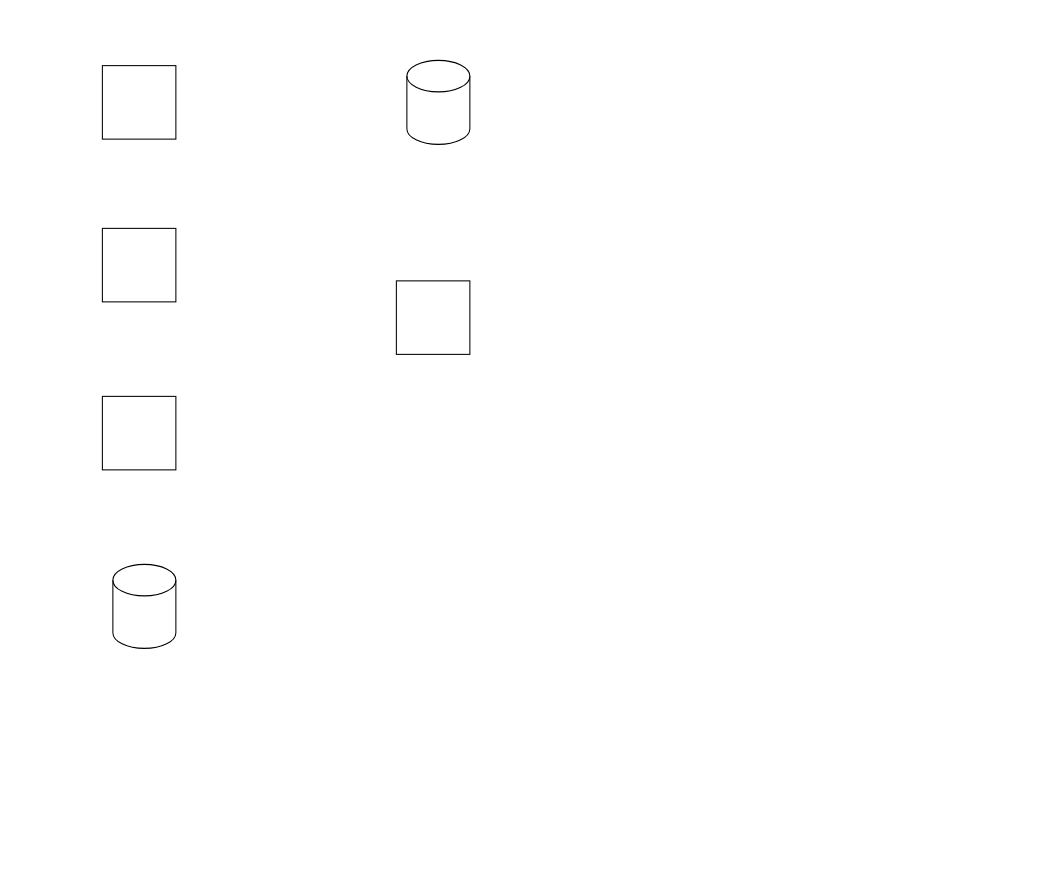
anapitalai/airflow_dags keeps this draw.io diagram as Untitled Diagram.drawio. Above is the earlier version. Source tidied: cells renumbered, new cells numbered last; positions are measured from the earlier drawing's top-left corner, leaving out a move shared by most shapes. Both pictures are drawn from the tidied source at 105%, with x=0, y=0 at pixel (102, 60).
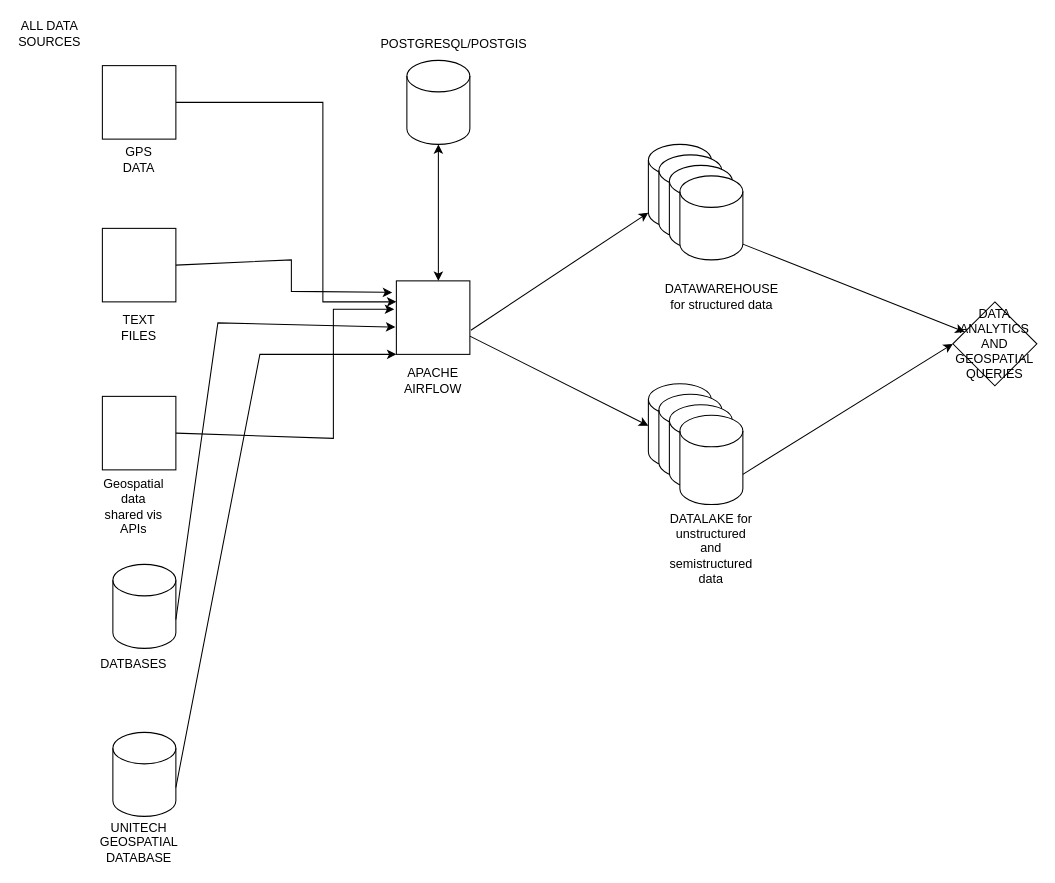
After the change.

Unchanged cells that the change refers to:
```xml
<mxCell id="2" style="whiteSpace=wrap;html=1;" parent="1" vertex="1">
  <mxGeometry x="280" y="210" width="70" height="70" as="geometry" />
</mxCell>
<mxCell id="3" style="shape=cylinder3;whiteSpace=wrap;html=1;boundedLbl=1;backgroundOutline=1;size=15;" parent="1" vertex="1">
  <mxGeometry x="290" width="60" height="80" as="geometry" />
</mxCell>
<mxCell id="4" style="whiteSpace=wrap;html=1;" parent="1" vertex="1">
  <mxGeometry y="5" width="70" height="70" as="geometry" />
</mxCell>
<mxCell id="5" style="whiteSpace=wrap;html=1;" parent="1" vertex="1">
  <mxGeometry y="160" width="70" height="70" as="geometry" />
</mxCell>
<mxCell id="6" style="whiteSpace=wrap;html=1;" parent="1" vertex="1">
  <mxGeometry y="320" width="70" height="70" as="geometry" />
</mxCell>
<mxCell id="7" style="shape=cylinder3;whiteSpace=wrap;html=1;boundedLbl=1;backgroundOutline=1;size=15;" parent="1" vertex="1">
  <mxGeometry x="10" y="480" width="60" height="80" as="geometry" />
</mxCell>
```

What changed in the source:
```diff
@@
+    <mxCell id="8" value="POSTGRESQL/POSTGIS" style="text;html=1;strokeColor=none;fillColor=none;align=center;verticalAlign=middle;whiteSpace=wrap;rounded=0;" parent="1" vertex="1">
+      <mxGeometry x="270" y="-30" width="130" height="30" as="geometry" />
+    </mxCell>
+    <mxCell id="9" style="endArrow=classic;startArrow=classic;html=1;rounded=0;entryX=0.5;entryY=1;entryDx=0;entryDy=0;entryPerimeter=0;" parent="1" edge="1" target="3">
+      <mxGeometry relative="1" as="geometry">
+        <mxPoint x="320" y="210" as="sourcePoint" />
+      </mxGeometry>
+    </mxCell>
+    <mxCell id="10" value="APACHE AIRFLOW" style="text;html=1;strokeColor=none;fillColor=none;align=center;verticalAlign=middle;whiteSpace=wrap;rounded=0;" parent="1" vertex="1">
+      <mxGeometry x="285" y="290" width="60" height="30" as="geometry" />
+    </mxCell>
+    <mxCell id="11" value="DATBASES" style="text;html=1;strokeColor=none;fillColor=none;align=center;verticalAlign=middle;whiteSpace=wrap;rounded=0;" parent="1" vertex="1">
+      <mxGeometry y="560" width="60" height="30" as="geometry" />
+    </mxCell>
+    <mxCell id="12" value="Geospatial data shared vis APIs" style="text;html=1;strokeColor=none;fillColor=none;align=center;verticalAlign=middle;whiteSpace=wrap;rounded=0;" parent="1" vertex="1">
+      <mxGeometry y="410" width="60" height="30" as="geometry" />
+    </mxCell>
+    <mxCell id="13" value="ALL DATA SOURCES" style="text;html=1;strokeColor=none;fillColor=none;align=center;verticalAlign=middle;whiteSpace=wrap;rounded=0;" parent="1" vertex="1">
+      <mxGeometry x="-80" y="-40" width="60" height="30" as="geometry" />
+    </mxCell>
+    <mxCell id="14" value="TEXT FILES" style="text;html=1;strokeColor=none;fillColor=none;align=center;verticalAlign=middle;whiteSpace=wrap;rounded=0;" parent="1" vertex="1">
+      <mxGeometry x="5" y="240" width="60" height="30" as="geometry" />
+    </mxCell>
+    <mxCell id="15" value="GPS DATA" style="text;html=1;strokeColor=none;fillColor=none;align=center;verticalAlign=middle;whiteSpace=wrap;rounded=0;" parent="1" vertex="1">
+      <mxGeometry x="5" y="80" width="60" height="30" as="geometry" />
+    </mxCell>
+    <mxCell id="16" style="endArrow=classic;html=1;rounded=0;exitX=1;exitY=0;exitDx=0;exitDy=52.5;exitPerimeter=0;entryX=-0.014;entryY=0.629;entryDx=0;entryDy=0;entryPerimeter=0;" parent="1" edge="1" source="7" target="2">
+      <mxGeometry relative="1" as="geometry">
+        <Array as="points">
+          <mxPoint x="110" y="250" />
+        </Array>
+      </mxGeometry>
+    </mxCell>
+    <mxCell id="17" style="endArrow=classic;html=1;rounded=0;exitX=1;exitY=0.5;exitDx=0;exitDy=0;entryX=-0.029;entryY=0.386;entryDx=0;entryDy=0;entryPerimeter=0;" parent="1" edge="1" source="6" target="2">
+      <mxGeometry relative="1" as="geometry">
+        <Array as="points">
+          <mxPoint x="220" y="360" />
+          <mxPoint x="220" y="237" />
+        </Array>
+      </mxGeometry>
+    </mxCell>
+    <mxCell id="18" style="endArrow=classic;html=1;rounded=0;exitX=1;exitY=0.5;exitDx=0;exitDy=0;entryX=-0.057;entryY=0.157;entryDx=0;entryDy=0;entryPerimeter=0;" parent="1" edge="1" source="5" target="2">
+      <mxGeometry relative="1" as="geometry">
+        <Array as="points">
+          <mxPoint x="180" y="190" />
+          <mxPoint x="180" y="220" />
+        </Array>
+      </mxGeometry>
+    </mxCell>
+    <mxCell id="19" style="endArrow=classic;html=1;rounded=0;exitX=1;exitY=0.5;exitDx=0;exitDy=0;" parent="1" edge="1" source="4">
+      <mxGeometry relative="1" as="geometry">
+        <mxPoint x="280" y="230" as="targetPoint" />
+        <Array as="points">
+          <mxPoint x="210" y="40" />
+          <mxPoint x="210" y="230" />
+        </Array>
+      </mxGeometry>
+    </mxCell>
+    <mxCell id="20" style="shape=cylinder3;whiteSpace=wrap;html=1;boundedLbl=1;backgroundOutline=1;size=15;" parent="1" vertex="1">
+      <mxGeometry x="10" y="640" width="60" height="80" as="geometry" />
+    </mxCell>
+    <mxCell id="21" value="UNITECH GEOSPATIAL DATABASE" style="text;html=1;strokeColor=none;fillColor=none;align=center;verticalAlign=middle;whiteSpace=wrap;rounded=0;" parent="1" vertex="1">
+      <mxGeometry x="5" y="730" width="60" height="30" as="geometry" />
+    </mxCell>
+    <mxCell id="22" style="shape=cylinder3;whiteSpace=wrap;html=1;boundedLbl=1;backgroundOutline=1;size=15;" parent="1" vertex="1">
+      <mxGeometry x="520" y="80" width="60" height="80" as="geometry" />
+    </mxCell>
+    <mxCell id="23" style="shape=cylinder3;whiteSpace=wrap;html=1;boundedLbl=1;backgroundOutline=1;size=15;" parent="1" vertex="1">
+      <mxGeometry x="530" y="90" width="60" height="80" as="geometry" />
+    </mxCell>
+    <mxCell id="24" style="shape=cylinder3;whiteSpace=wrap;html=1;boundedLbl=1;backgroundOutline=1;size=15;" parent="1" vertex="1">
+      <mxGeometry x="540" y="100" width="60" height="80" as="geometry" />
+    </mxCell>
+    <mxCell id="25" style="shape=cylinder3;whiteSpace=wrap;html=1;boundedLbl=1;backgroundOutline=1;size=15;" parent="1" vertex="1">
+      <mxGeometry x="550" y="110" width="60" height="80" as="geometry" />
+    </mxCell>
+    <mxCell id="26" style="shape=cylinder3;whiteSpace=wrap;html=1;boundedLbl=1;backgroundOutline=1;size=15;" parent="1" vertex="1">
+      <mxGeometry x="520" y="308" width="60" height="80" as="geometry" />
+    </mxCell>
+    <mxCell id="27" style="shape=cylinder3;whiteSpace=wrap;html=1;boundedLbl=1;backgroundOutline=1;size=15;" parent="1" vertex="1">
+      <mxGeometry x="530" y="318" width="60" height="80" as="geometry" />
+    </mxCell>
+    <mxCell id="28" style="shape=cylinder3;whiteSpace=wrap;html=1;boundedLbl=1;backgroundOutline=1;size=15;" parent="1" vertex="1">
+      <mxGeometry x="540" y="328" width="60" height="80" as="geometry" />
+    </mxCell>
+    <mxCell id="29" style="shape=cylinder3;whiteSpace=wrap;html=1;boundedLbl=1;backgroundOutline=1;size=15;" parent="1" vertex="1">
+      <mxGeometry x="550" y="338" width="60" height="85" as="geometry" />
+    </mxCell>
+    <mxCell id="30" value="DATAWAREHOUSE for structured data" style="text;html=1;strokeColor=none;fillColor=none;align=center;verticalAlign=middle;whiteSpace=wrap;rounded=0;" parent="1" vertex="1">
+      <mxGeometry x="560" y="210" width="60" height="30" as="geometry" />
+    </mxCell>
+    <mxCell id="31" value="DATALAKE for unstructured and semistructured data" style="text;html=1;strokeColor=none;fillColor=none;align=center;verticalAlign=middle;whiteSpace=wrap;rounded=0;" parent="1" vertex="1">
+      <mxGeometry x="550" y="450" width="60" height="30" as="geometry" />
+    </mxCell>
+    <mxCell id="32" value="DATA ANALYTICS&lt;br&gt;AND GEOSPATIAL QUERIES" style="rhombus;whiteSpace=wrap;html=1;" parent="1" vertex="1">
+      <mxGeometry x="810" y="230" width="80" height="80" as="geometry" />
+    </mxCell>
+    <mxCell id="33" style="endArrow=classic;html=1;rounded=0;exitX=1;exitY=0;exitDx=0;exitDy=56.25;exitPerimeter=0;entryX=0;entryY=0.5;entryDx=0;entryDy=0;" parent="1" edge="1" source="29" target="32">
+      <mxGeometry relative="1" as="geometry" />
+    </mxCell>
+    <mxCell id="34" style="endArrow=classic;html=1;rounded=0;exitX=1;exitY=1;exitDx=0;exitDy=-15;exitPerimeter=0;" parent="1" edge="1" source="25" target="32">
+      <mxGeometry relative="1" as="geometry" />
+    </mxCell>
+    <mxCell id="35" style="endArrow=classic;html=1;rounded=0;exitX=1.014;exitY=0.671;exitDx=0;exitDy=0;exitPerimeter=0;entryX=0;entryY=1;entryDx=0;entryDy=-15;entryPerimeter=0;" parent="1" edge="1" source="2" target="22">
+      <mxGeometry relative="1" as="geometry" />
+    </mxCell>
+    <mxCell id="36" style="endArrow=classic;html=1;rounded=0;entryX=0;entryY=0.5;entryDx=0;entryDy=0;entryPerimeter=0;" parent="1" edge="1" source="2" target="26">
+      <mxGeometry relative="1" as="geometry" />
+    </mxCell>
+    <mxCell id="37" style="endArrow=classic;html=1;rounded=0;exitX=1;exitY=0;exitDx=0;exitDy=52.5;exitPerimeter=0;entryX=0;entryY=1;entryDx=0;entryDy=0;" parent="1" edge="1" source="20" target="2">
+      <mxGeometry relative="1" as="geometry">
+        <Array as="points">
+          <mxPoint x="150" y="280" />
+        </Array>
+      </mxGeometry>
+    </mxCell>
```
